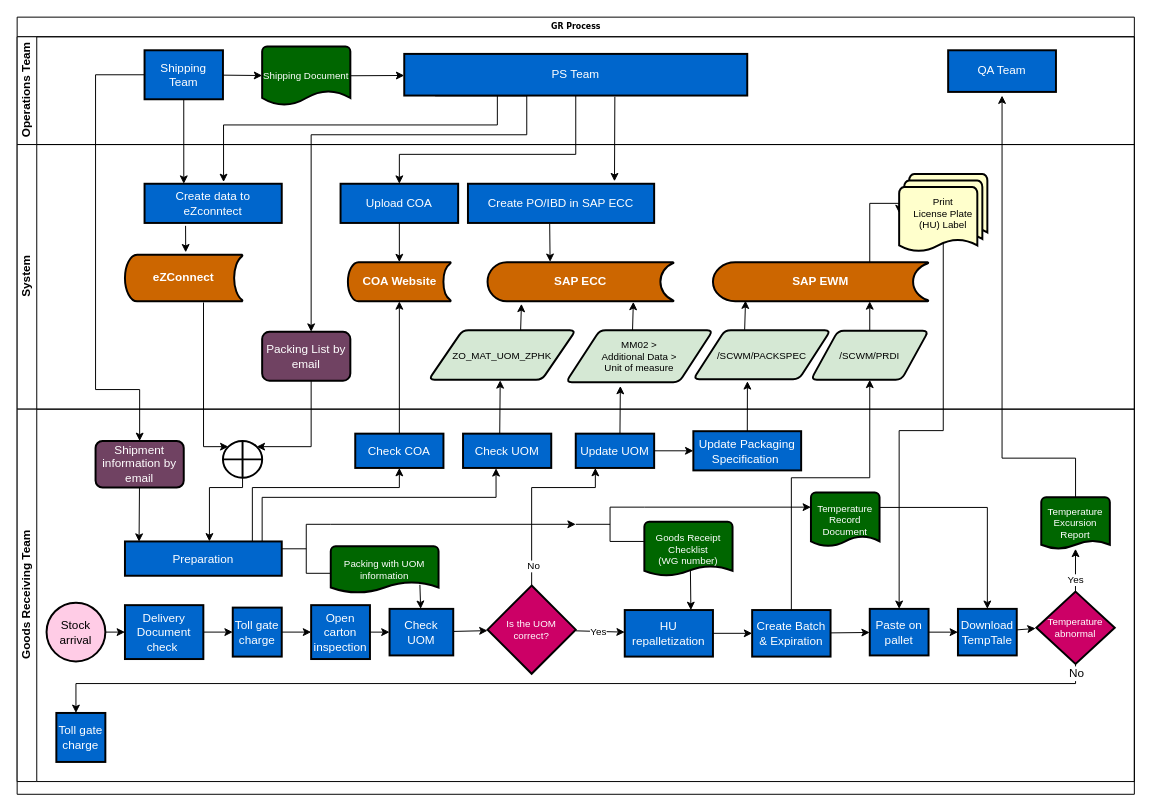
This is GR_Flowchart.drawio from chengkahohk/ZPHK_GR_workflow, a draw.io file, before an edit. Source tidied: cells renumbered, new cells numbered last; positions are measured from the earlier drawing's top-left corner, leaving out a move shared by most shapes. Both pictures are drawn from the tidied source at 98%, with x=0, y=0 at pixel (17, 17).
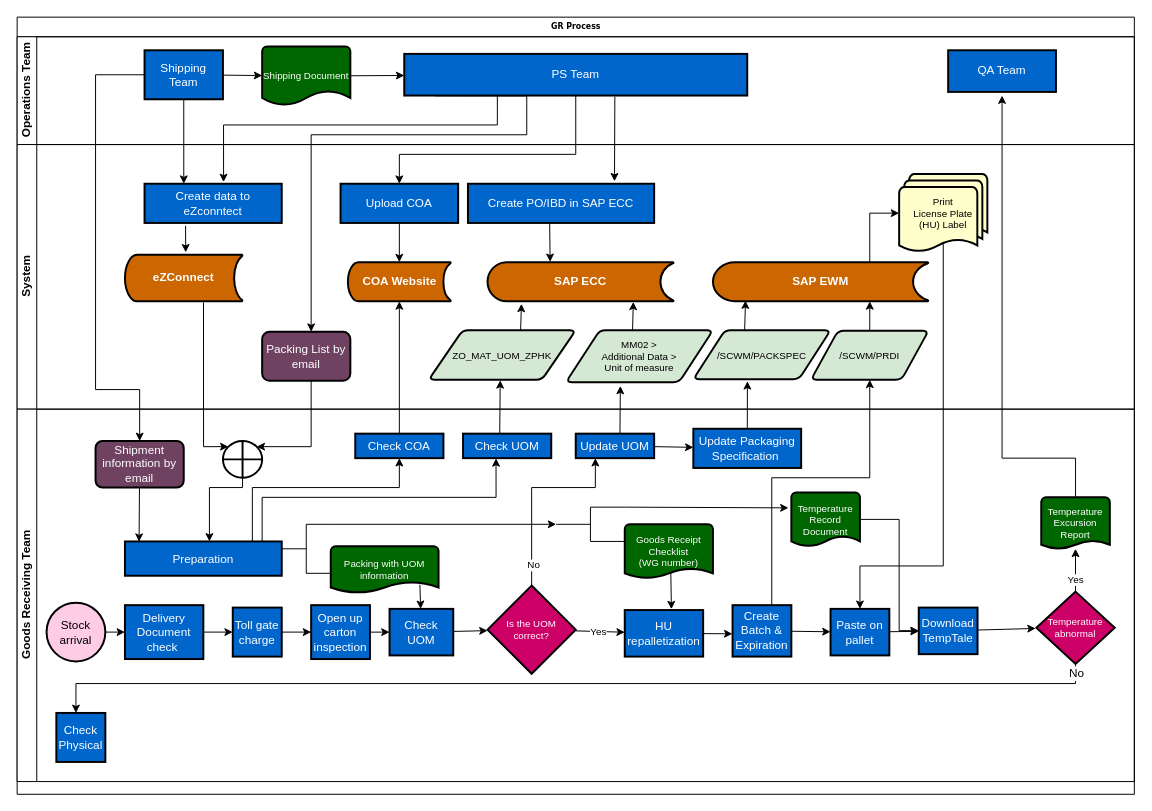
After the change.

Unchanged cells that the change refers to:
```xml
<mxCell id="2" value="GR Process" style="swimlane;html=1;horizontal=1;startSize=20;rounded=0;shadow=0;labelBackgroundColor=none;strokeWidth=1;fontFamily=Verdana;fontSize=8;align=center;" parent="1" vertex="1">
  <mxGeometry width="1140" height="793" as="geometry" />
</mxCell>
<mxCell id="21" value="System" style="swimlane;html=1;startSize=20;horizontal=0;" parent="2" vertex="1">
  <mxGeometry y="130" width="1140" height="270" as="geometry" />
</mxCell>
<mxCell id="39" value="&lt;b&gt;&lt;font style=&quot;font-size: 12px;&quot;&gt;SAP EWM&lt;/font&gt;&lt;/b&gt;" style="strokeWidth=2;html=1;shape=mxgraph.flowchart.stored_data;whiteSpace=wrap;fontFamily=Helvetica;fontSize=10;fontColor=#FFFFFF;fillColor=#CC6600;" parent="21" vertex="1">
  <mxGeometry x="710" y="120" width="220" height="40" as="geometry" />
</mxCell>
<mxCell id="41" value="/SCWM/PRDI" style="shape=parallelogram;html=1;strokeWidth=2;perimeter=parallelogramPerimeter;whiteSpace=wrap;rounded=1;arcSize=12;size=0.23;fontFamily=Helvetica;fontSize=10;fontColor=#000000;fillColor=#D5E8D4;" parent="21" vertex="1">
  <mxGeometry x="810" y="190" width="120" height="50" as="geometry" />
</mxCell>
<mxCell id="42" value="Print&lt;br&gt;License Plate&lt;br&gt;(HU) Label" style="strokeWidth=2;html=1;shape=mxgraph.flowchart.multi-document;whiteSpace=wrap;fontFamily=Helvetica;fontSize=10;fontColor=#000000;fillColor=#FFFFCC;" parent="21" vertex="1">
  <mxGeometry x="900" y="30" width="90" height="80" as="geometry" />
</mxCell>
<mxCell id="46" value="Goods Receiving Team" style="swimlane;html=1;startSize=20;horizontal=0;" parent="2" vertex="1">
  <mxGeometry y="400" width="1140" height="380" as="geometry" />
</mxCell>
<mxCell id="93" value="Temperature Excursion Report" style="strokeWidth=2;html=1;shape=mxgraph.flowchart.document2;whiteSpace=wrap;size=0.15767195767195646;fontFamily=Helvetica;fontSize=10;fontColor=#FFFFFF;fillColor=#006600;" parent="46" vertex="1">
  <mxGeometry x="1045" y="90" width="70" height="52.5" as="geometry" />
</mxCell>
```

What changed in the source:
```diff
@@
     <mxCell id="38" style="edgeStyle=orthogonalEdgeStyle;rounded=0;jettySize=auto;html=1;entryX=0;entryY=0.5;entryDx=0;entryDy=0;entryPerimeter=0;fontFamily=Helvetica;fontSize=10;fontColor=#FFFFFF;" parent="21" edge="1" source="39" target="42">
       <mxGeometry relative="1" as="geometry">
         <Array as="points">
-          <mxPoint x="870" y="60" />
+          <mxPoint x="870" y="70" />
         </Array>
       </mxGeometry>
     </mxCell>
@@
     <mxCell id="44" style="edgeStyle=orthogonalEdgeStyle;rounded=0;jettySize=auto;html=1;fontFamily=Helvetica;fontSize=10;fontColor=#FFFFFF;" parent="2" edge="1" source="74" target="41">
       <mxGeometry relative="1" as="geometry">
         <Array as="points">
-          <mxPoint x="790" y="470" />
+          <mxPoint x="770" y="470" />
           <mxPoint x="870" y="470" />
         </Array>
       </mxGeometry>
     </mxCell>
     <mxCell id="45" style="edgeStyle=orthogonalEdgeStyle;rounded=0;jettySize=auto;html=1;entryX=0.5;entryY=0;entryDx=0;entryDy=0;fontFamily=Helvetica;fontSize=10;fontColor=#FFFFFF;exitX=0.5;exitY=0.88;exitDx=0;exitDy=0;exitPerimeter=0;" parent="2" edge="1" source="42" target="82">
-      <mxGeometry relative="1" as="geometry" />
+      <mxGeometry relative="1" as="geometry">
+        <Array as="points">
+          <mxPoint x="945" y="560" />
+          <mxPoint x="860" y="560" />
+        </Array>
+      </mxGeometry>
     </mxCell>
+    <mxCell id="99" style="edgeStyle=orthogonalEdgeStyle;rounded=0;jettySize=auto;html=1;fontFamily=Helvetica;fontSize=12;fontColor=#FFFFFF;" parent="2" edge="1" source="93">
+      <mxGeometry relative="1" as="geometry">
+        <mxPoint x="1005" y="80" as="targetPoint" />
+        <Array as="points">
+          <mxPoint x="1080" y="450" />
+          <mxPoint x="1005" y="450" />
+        </Array>
+      </mxGeometry>
+    </mxCell>
@@
     <mxCell id="51" value="Check COA" style="whiteSpace=wrap;html=1;fillColor=#0066CC;fontColor=#FFFFFF;strokeWidth=2;" parent="46" vertex="1">
-      <mxGeometry x="345" y="25" width="90" height="35" as="geometry" />
+      <mxGeometry x="345" y="25" width="90" height="25" as="geometry" />
     </mxCell>
     <mxCell id="52" value="Check UOM" style="whiteSpace=wrap;html=1;fillColor=#0066CC;fontColor=#FFFFFF;strokeWidth=2;" parent="46" vertex="1">
-      <mxGeometry x="455" y="25" width="90" height="35" as="geometry" />
+      <mxGeometry x="455" y="25" width="90" height="25" as="geometry" />
     </mxCell>
@@
-    <mxCell id="58" value="Open carton inspection" style="whiteSpace=wrap;html=1;fillColor=#0066CC;fontColor=#FFFFFF;strokeWidth=2;" parent="46" vertex="1">
+    <mxCell id="58" value="Open up carton inspection" style="whiteSpace=wrap;html=1;fillColor=#0066CC;fontColor=#FFFFFF;strokeWidth=2;" parent="46" vertex="1">
       <mxGeometry x="300" y="200" width="60" height="55" as="geometry" />
     </mxCell>
@@
     <mxCell id="65" value="Update UOM" style="whiteSpace=wrap;html=1;fillColor=#0066CC;fontColor=#FFFFFF;strokeWidth=2;" parent="46" vertex="1">
-      <mxGeometry x="570" y="25" width="80" height="35" as="geometry" />
+      <mxGeometry x="570" y="25" width="80" height="25" as="geometry" />
     </mxCell>
@@
-    <mxCell id="68" style="rounded=0;jettySize=auto;html=1;fontSize=9;" parent="46" edge="1" source="69" target="74">
+    <mxCell id="68" style="rounded=0;jettySize=auto;html=1;fontSize=9;entryX=-0.003;entryY=0.557;entryDx=0;entryDy=0;entryPerimeter=0;" parent="46" edge="1" source="69" target="74">
       <mxGeometry relative="1" as="geometry" />
     </mxCell>
     <mxCell id="69" value="HU repalletization" style="whiteSpace=wrap;html=1;fillColor=#0066CC;fontColor=#FFFFFF;strokeWidth=2;" parent="46" vertex="1">
-      <mxGeometry x="620" y="205" width="90" height="47.5" as="geometry" />
+      <mxGeometry x="620" y="205" width="80" height="47.5" as="geometry" />
     </mxCell>
@@
     <mxCell id="72" value="Update Packaging Specification&amp;nbsp;" style="whiteSpace=wrap;html=1;fillColor=#0066CC;fontColor=#FFFFFF;strokeWidth=2;" parent="46" vertex="1">
-      <mxGeometry x="690" y="22.5" width="110" height="40" as="geometry" />
+      <mxGeometry x="690" y="20" width="110" height="40" as="geometry" />
     </mxCell>
@@
     <mxCell id="74" value="Create Batch &amp;amp; Expiration" style="whiteSpace=wrap;html=1;fillColor=#0066CC;fontColor=#FFFFFF;strokeWidth=2;" parent="46" vertex="1">
-      <mxGeometry x="750" y="205" width="80" height="47.5" as="geometry" />
+      <mxGeometry x="730" y="200" width="60" height="52.5" as="geometry" />
     </mxCell>
@@
-    <mxCell id="76" style="edgeStyle=none;rounded=0;jettySize=auto;html=1;fontFamily=Helvetica;fontSize=10;fontColor=#FFFFFF;exitX=0.522;exitY=0.853;exitDx=0;exitDy=0;exitPerimeter=0;entryX=0.75;entryY=0;entryDx=0;entryDy=0;" parent="46" edge="1" source="77" target="69">
+    <mxCell id="76" style="edgeStyle=none;rounded=0;jettySize=auto;html=1;fontFamily=Helvetica;fontSize=10;fontColor=#FFFFFF;exitX=0.522;exitY=0.853;exitDx=0;exitDy=0;exitPerimeter=0;entryX=0.595;entryY=-0.019;entryDx=0;entryDy=0;entryPerimeter=0;" parent="46" edge="1" source="77" target="69">
       <mxGeometry relative="1" as="geometry" />
     </mxCell>
     <mxCell id="77" value="Goods Receipt Checklist&lt;br&gt;(WG number)" style="strokeWidth=2;html=1;shape=mxgraph.flowchart.document2;whiteSpace=wrap;size=0.17912457912457908;fontFamily=Helvetica;fontSize=10;fontColor=#FFFFFF;fillColor=#006600;" parent="46" vertex="1">
-      <mxGeometry x="640" y="115" width="90" height="55" as="geometry" />
+      <mxGeometry x="620" y="117.5" width="90" height="55" as="geometry" />
     </mxCell>
@@
     <mxCell id="82" value="Paste on pallet" style="whiteSpace=wrap;html=1;fillColor=#0066CC;fontColor=#FFFFFF;strokeWidth=2;" parent="46" vertex="1">
-      <mxGeometry x="870" y="203.8" width="60" height="47.5" as="geometry" />
+      <mxGeometry x="830" y="203.8" width="60" height="47.5" as="geometry" />
     </mxCell>
@@
     <mxCell id="84" style="strokeWidth=1;html=1;shape=mxgraph.flowchart.annotation_2;align=left;labelPosition=right;fontFamily=Helvetica;fontSize=10;fontColor=#FFFFFF;fillColor=#0066CC;" parent="46" vertex="1">
-      <mxGeometry x="570" y="100" width="70" height="35" as="geometry" />
+      <mxGeometry x="550" y="100" width="70" height="35" as="geometry" />
     </mxCell>
@@
-    <mxCell id="86" style="rounded=0;jettySize=auto;html=1;fontFamily=Helvetica;fontSize=10;fontColor=#FFFFFF;exitX=1;exitY=0;exitDx=0;exitDy=0;exitPerimeter=0;" parent="46" edge="1" source="84">
-      <mxGeometry relative="1" as="geometry">
-        <mxPoint x="810" y="100" as="targetPoint" />
-      </mxGeometry>
+    <mxCell id="86" style="rounded=0;jettySize=auto;html=1;fontFamily=Helvetica;fontSize=10;fontColor=#FFFFFF;exitX=1;exitY=0;exitDx=0;exitDy=0;exitPerimeter=0;entryX=-0.042;entryY=0.286;entryDx=0;entryDy=0;entryPerimeter=0;" parent="46" edge="1" source="84" target="88">
+      <mxGeometry relative="1" as="geometry" />
     </mxCell>
-    <mxCell id="87" style="edgeStyle=orthogonalEdgeStyle;rounded=0;jettySize=auto;html=1;entryX=0.5;entryY=0;entryDx=0;entryDy=0;fontFamily=Helvetica;fontSize=12;fontColor=#FFFFFF;exitX=0.987;exitY=0.278;exitDx=0;exitDy=0;exitPerimeter=0;" parent="46" edge="1" source="88" target="95">
+    <mxCell id="87" style="edgeStyle=orthogonalEdgeStyle;rounded=0;jettySize=auto;html=1;fontFamily=Helvetica;fontSize=12;fontColor=#FFFFFF;" parent="46" edge="1" source="88" target="95">
       <mxGeometry relative="1" as="geometry">
         <Array as="points">
-          <mxPoint x="990" y="100" />
+          <mxPoint x="900" y="113" />
+          <mxPoint x="900" y="226" />
         </Array>
       </mxGeometry>
     </mxCell>
     <mxCell id="88" value="Temperature Record Document" style="strokeWidth=2;html=1;shape=mxgraph.flowchart.document2;whiteSpace=wrap;size=0.18585858585858703;fontFamily=Helvetica;fontSize=10;fontColor=#FFFFFF;fillColor=#006600;" parent="46" vertex="1">
-      <mxGeometry x="810" y="85" width="70" height="55" as="geometry" />
+      <mxGeometry x="790" y="85" width="70" height="55" as="geometry" />
     </mxCell>
@@
-    <mxCell id="92" value="Toll gate charge" style="whiteSpace=wrap;html=1;fillColor=#0066CC;fontColor=#FFFFFF;strokeWidth=2;" parent="46" vertex="1">
+    <mxCell id="92" value="Check&lt;br&gt;Physical" style="whiteSpace=wrap;html=1;fillColor=#0066CC;fontColor=#FFFFFF;strokeWidth=2;" parent="46" vertex="1">
       <mxGeometry x="40" y="310" width="50" height="50" as="geometry" />
     </mxCell>
@@
     <mxCell id="95" value="Download&lt;br&gt;TempTale" style="whiteSpace=wrap;html=1;fillColor=#0066CC;fontColor=#FFFFFF;strokeWidth=2;" parent="46" vertex="1">
-      <mxGeometry x="960" y="203.8" width="60" height="47.5" as="geometry" />
+      <mxGeometry x="920" y="202.5" width="60" height="47.5" as="geometry" />
     </mxCell>
@@
-    <mxCell id="99" style="edgeStyle=orthogonalEdgeStyle;rounded=0;jettySize=auto;html=1;fontFamily=Helvetica;fontSize=12;fontColor=#FFFFFF;" parent="2" edge="1" source="93">
-      <mxGeometry relative="1" as="geometry">
-        <mxPoint x="1005" y="80" as="targetPoint" />
-        <Array as="points">
-          <mxPoint x="1080" y="450" />
-          <mxPoint x="1005" y="450" />
-        </Array>
-      </mxGeometry>
-    </mxCell>
```
